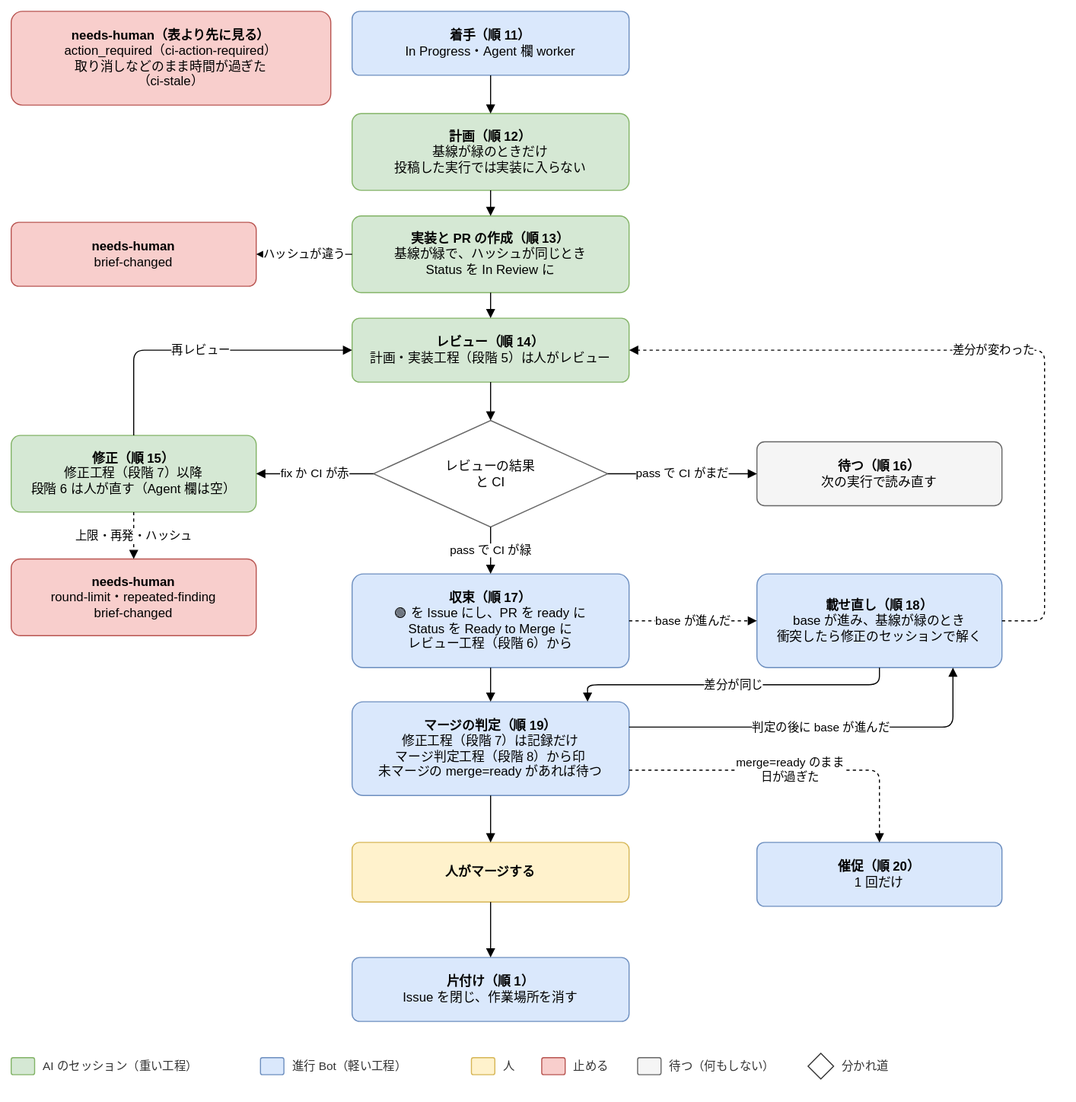
Before: docs/design/basic/diagrams/02-next-step-in-progress.drawio.svg, a diagram exported from draw.io (Joymerrevent/dev-autopilot). Source tidied: cells renumbered, new cells last; positions are measured from the earlier drawing's top-left corner, leaving out a move shared by most shapes.
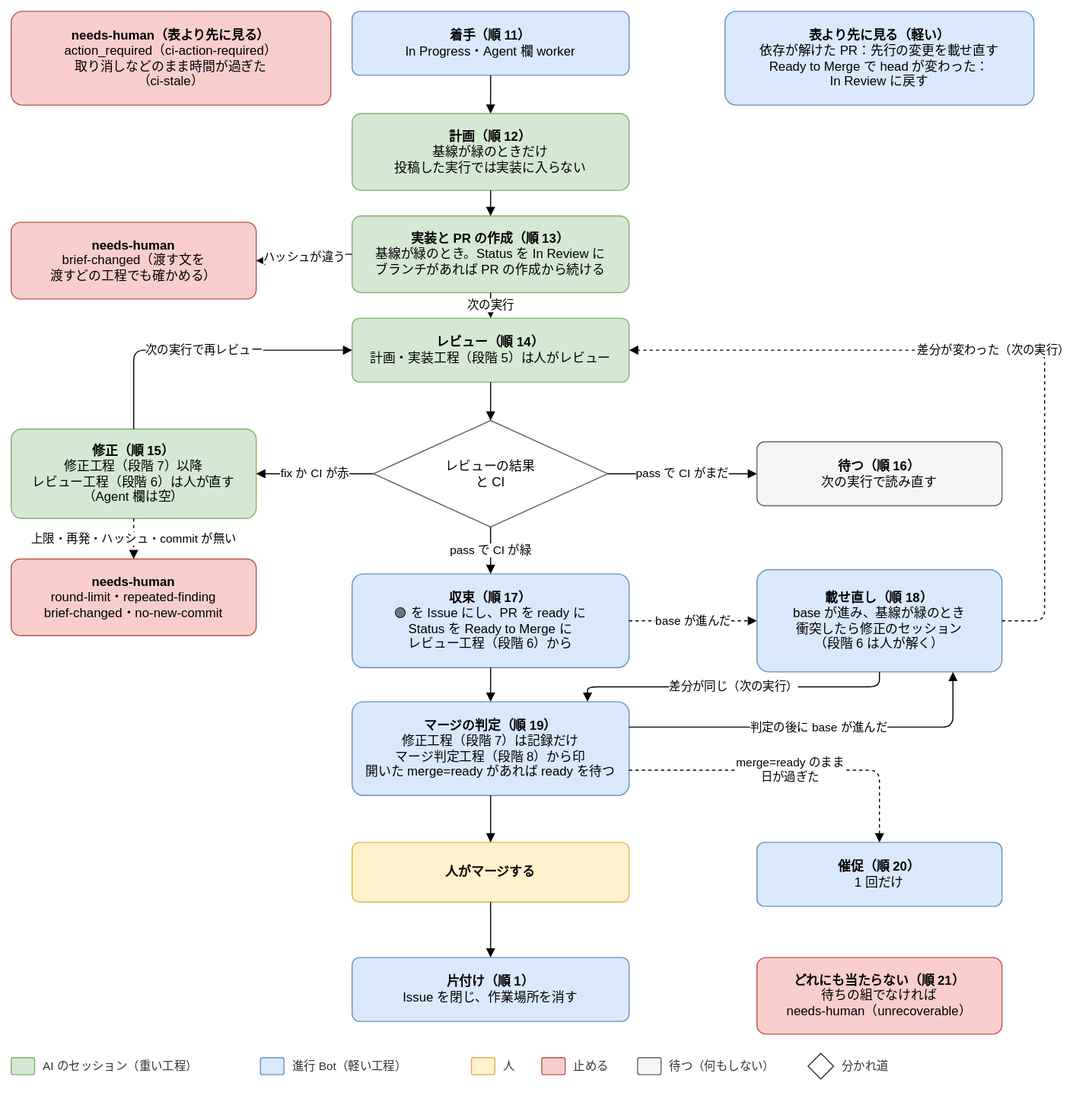
Later version of the same file.

The edit, as a diff of the source:
```diff
@@ -8,7 +8,7 @@
     <mxCell id="3" value="&lt;b&gt;計画（順 12）&lt;/b&gt;&lt;br&gt;基線が緑のときだけ&lt;br&gt;投稿した実行では実装に入らない" style="rounded=1;whiteSpace=wrap;html=1;fontSize=12;arcSize=12;spacing=12;fillColor=#d5e8d4;strokeColor=#82b366;" parent="1" vertex="1">
       <mxGeometry x="320" y="96" width="260" height="72" as="geometry" />
     </mxCell>
-    <mxCell id="4" value="&lt;b&gt;実装と PR の作成（順 13）&lt;/b&gt;&lt;br&gt;基線が緑で、ハッシュが同じとき&lt;br&gt;Status を In Review に" style="rounded=1;whiteSpace=wrap;html=1;fontSize=12;arcSize=12;spacing=12;fillColor=#d5e8d4;strokeColor=#82b366;" parent="1" vertex="1">
+    <mxCell id="4" value="&lt;b&gt;実装と PR の作成（順 13）&lt;/b&gt;&lt;br&gt;基線が緑のとき。Status を In Review に&lt;br&gt;ブランチがあれば PR の作成から続ける" style="rounded=1;whiteSpace=wrap;html=1;fontSize=12;arcSize=12;spacing=12;fillColor=#d5e8d4;strokeColor=#82b366;" parent="1" vertex="1">
       <mxGeometry x="320" y="192" width="260" height="72" as="geometry" />
     </mxCell>
     <mxCell id="5" value="&lt;b&gt;レビュー（順 14）&lt;/b&gt;&lt;br&gt;計画・実装工程（段階 5）は人がレビュー" style="rounded=1;whiteSpace=wrap;html=1;fontSize=12;arcSize=12;spacing=12;fillColor=#d5e8d4;strokeColor=#82b366;" parent="1" vertex="1">
@@ -17,10 +17,10 @@
     <mxCell id="6" value="レビューの結果&lt;br&gt;と CI" style="rhombus;whiteSpace=wrap;html=1;fontSize=12;spacing=12;fillColor=#ffffff;strokeColor=#666666;" parent="1" vertex="1">
       <mxGeometry x="340" y="384" width="220" height="100" as="geometry" />
     </mxCell>
-    <mxCell id="7" value="&lt;b&gt;修正（順 15）&lt;/b&gt;&lt;br&gt;修正工程（段階 7）以降&lt;br&gt;段階 6 は人が直す（Agent 欄は空）" style="rounded=1;whiteSpace=wrap;html=1;fontSize=12;arcSize=12;spacing=12;fillColor=#d5e8d4;strokeColor=#82b366;" parent="1" vertex="1">
-      <mxGeometry y="398" width="230" height="72" as="geometry" />
+    <mxCell id="7" value="&lt;b&gt;修正（順 15）&lt;/b&gt;&lt;br&gt;修正工程（段階 7）以降&lt;br&gt;レビュー工程（段階 6）は人が直す&lt;br&gt;（Agent 欄は空）" style="rounded=1;whiteSpace=wrap;html=1;fontSize=12;arcSize=12;spacing=12;fillColor=#d5e8d4;strokeColor=#82b366;" parent="1" vertex="1">
+      <mxGeometry y="392" width="230" height="84" as="geometry" />
     </mxCell>
-    <mxCell id="8" value="&lt;b&gt;needs-human&lt;/b&gt;&lt;br&gt;round-limit・repeated-finding&lt;br&gt;brief-changed" style="rounded=1;whiteSpace=wrap;html=1;fontSize=12;arcSize=12;spacing=12;fillColor=#f8cecc;strokeColor=#b85450;" parent="1" vertex="1">
+    <mxCell id="8" value="&lt;b&gt;needs-human&lt;/b&gt;&lt;br&gt;round-limit・repeated-finding&lt;br&gt;brief-changed・no-new-commit" style="rounded=1;whiteSpace=wrap;html=1;fontSize=12;arcSize=12;spacing=12;fillColor=#f8cecc;strokeColor=#b85450;" parent="1" vertex="1">
       <mxGeometry y="514" width="230" height="72" as="geometry" />
     </mxCell>
     <mxCell id="9" value="&lt;b&gt;待つ（順 16）&lt;/b&gt;&lt;br&gt;次の実行で読み直す" style="rounded=1;whiteSpace=wrap;html=1;fontSize=12;arcSize=12;spacing=12;fillColor=#f5f5f5;strokeColor=#666666;" parent="1" vertex="1">
@@ -29,10 +29,10 @@
     <mxCell id="10" value="&lt;b&gt;収束（順 17）&lt;/b&gt;&lt;br&gt;🟢 を Issue にし、PR を ready に&lt;br&gt;Status を Ready to Merge に&lt;br&gt;レビュー工程（段階 6）から" style="rounded=1;whiteSpace=wrap;html=1;fontSize=12;arcSize=12;spacing=12;fillColor=#dae8fc;strokeColor=#6c8ebf;" parent="1" vertex="1">
       <mxGeometry x="320" y="528" width="260" height="88" as="geometry" />
     </mxCell>
-    <mxCell id="11" value="&lt;b&gt;載せ直し（順 18）&lt;/b&gt;&lt;br&gt;base が進み、基線が緑のとき&lt;br&gt;衝突したら修正のセッションで解く" style="rounded=1;whiteSpace=wrap;html=1;fontSize=12;arcSize=12;spacing=12;fillColor=#dae8fc;strokeColor=#6c8ebf;" parent="1" vertex="1">
-      <mxGeometry x="700" y="528" width="230" height="88" as="geometry" />
+    <mxCell id="11" value="&lt;b&gt;載せ直し（順 18）&lt;/b&gt;&lt;br&gt;base が進み、基線が緑のとき&lt;br&gt;衝突したら修正のセッション&lt;br&gt;（段階 6 は人が解く）" style="rounded=1;whiteSpace=wrap;html=1;fontSize=12;arcSize=12;spacing=12;fillColor=#dae8fc;strokeColor=#6c8ebf;" parent="1" vertex="1">
+      <mxGeometry x="700" y="524" width="230" height="96" as="geometry" />
     </mxCell>
-    <mxCell id="12" value="&lt;b&gt;マージの判定（順 19）&lt;/b&gt;&lt;br&gt;修正工程（段階 7）は記録だけ&lt;br&gt;マージ判定工程（段階 8）から印&lt;br&gt;未マージの merge=ready があれば待つ" style="rounded=1;whiteSpace=wrap;html=1;fontSize=12;arcSize=12;spacing=12;fillColor=#dae8fc;strokeColor=#6c8ebf;" parent="1" vertex="1">
+    <mxCell id="12" value="&lt;b&gt;マージの判定（順 19）&lt;/b&gt;&lt;br&gt;修正工程（段階 7）は記録だけ&lt;br&gt;マージ判定工程（段階 8）から印&lt;br&gt;開いた merge=ready があれば ready を待つ" style="rounded=1;whiteSpace=wrap;html=1;fontSize=12;arcSize=12;spacing=12;fillColor=#dae8fc;strokeColor=#6c8ebf;" parent="1" vertex="1">
       <mxGeometry x="320" y="648" width="260" height="88" as="geometry" />
     </mxCell>
     <mxCell id="13" value="&lt;b&gt;人がマージする&lt;/b&gt;" style="rounded=1;whiteSpace=wrap;html=1;fontSize=12;arcSize=12;spacing=12;fillColor=#fff2cc;strokeColor=#d6b656;" parent="1" vertex="1">
@@ -50,7 +50,7 @@
     <mxCell id="17" style="edgeStyle=orthogonalEdgeStyle;rounded=1;html=1;endArrow=block;endFill=1;fontSize=11;labelBackgroundColor=#ffffff;exitX=0.5;exitY=1;exitDx=0;exitDy=0;entryX=0.5;entryY=0;entryDx=0;entryDy=0;" parent="1" edge="1" source="3" target="4">
       <mxGeometry relative="1" as="geometry" />
     </mxCell>
-    <mxCell id="18" style="edgeStyle=orthogonalEdgeStyle;rounded=1;html=1;endArrow=block;endFill=1;fontSize=11;labelBackgroundColor=#ffffff;exitX=0.5;exitY=1;exitDx=0;exitDy=0;entryX=0.5;entryY=0;entryDx=0;entryDy=0;" parent="1" edge="1" source="4" target="5">
+    <mxCell id="18" value="次の実行" style="edgeStyle=orthogonalEdgeStyle;rounded=1;html=1;endArrow=block;endFill=1;fontSize=11;labelBackgroundColor=#ffffff;exitX=0.5;exitY=1;exitDx=0;exitDy=0;entryX=0.5;entryY=0;entryDx=0;entryDy=0;" parent="1" edge="1" source="4" target="5">
       <mxGeometry relative="1" as="geometry" />
     </mxCell>
     <mxCell id="19" style="edgeStyle=orthogonalEdgeStyle;rounded=1;html=1;endArrow=block;endFill=1;fontSize=11;labelBackgroundColor=#ffffff;exitX=0.5;exitY=1;exitDx=0;exitDy=0;entryX=0.5;entryY=0;entryDx=0;entryDy=0;" parent="1" edge="1" source="5" target="6">
@@ -59,10 +59,10 @@
     <mxCell id="20" value="fix か CI が赤" style="edgeStyle=orthogonalEdgeStyle;rounded=1;html=1;endArrow=block;endFill=1;fontSize=11;labelBackgroundColor=#ffffff;exitX=0;exitY=0.5;exitDx=0;exitDy=0;entryX=1;entryY=0.5;entryDx=0;entryDy=0;" parent="1" edge="1" source="6" target="7">
       <mxGeometry relative="1" as="geometry" />
     </mxCell>
-    <mxCell id="21" value="再レビュー" style="edgeStyle=orthogonalEdgeStyle;rounded=1;html=1;endArrow=block;endFill=1;fontSize=11;labelBackgroundColor=#ffffff;exitX=0.5;exitY=0;exitDx=0;exitDy=0;entryX=0;entryY=0.5;entryDx=0;entryDy=0;" parent="1" edge="1" source="7" target="5">
+    <mxCell id="21" value="次の実行で再レビュー" style="edgeStyle=orthogonalEdgeStyle;rounded=1;html=1;endArrow=block;endFill=1;fontSize=11;labelBackgroundColor=#ffffff;exitX=0.5;exitY=0;exitDx=0;exitDy=0;entryX=0;entryY=0.5;entryDx=0;entryDy=0;" parent="1" edge="1" source="7" target="5">
       <mxGeometry relative="1" as="geometry" />
     </mxCell>
-    <mxCell id="22" value="上限・再発・ハッシュ" style="edgeStyle=orthogonalEdgeStyle;rounded=1;html=1;endArrow=block;endFill=1;fontSize=11;labelBackgroundColor=#ffffff;dashed=1;exitX=0.5;exitY=1;exitDx=0;exitDy=0;entryX=0.5;entryY=0;entryDx=0;entryDy=0;" parent="1" edge="1" source="7" target="8">
+    <mxCell id="22" value="上限・再発・ハッシュ・commit が無い" style="edgeStyle=orthogonalEdgeStyle;rounded=1;html=1;endArrow=block;endFill=1;fontSize=11;labelBackgroundColor=#ffffff;dashed=1;exitX=0.5;exitY=1;exitDx=0;exitDy=0;entryX=0.5;entryY=0;entryDx=0;entryDy=0;" parent="1" edge="1" source="7" target="8">
       <mxGeometry relative="1" as="geometry" />
     </mxCell>
     <mxCell id="23" value="pass で CI がまだ" style="edgeStyle=orthogonalEdgeStyle;rounded=1;html=1;endArrow=block;endFill=1;fontSize=11;labelBackgroundColor=#ffffff;exitX=1;exitY=0.5;exitDx=0;exitDy=0;entryX=0;entryY=0.5;entryDx=0;entryDy=0;" parent="1" edge="1" source="6" target="9">
@@ -77,10 +77,10 @@
     <mxCell id="26" value="base が進んだ" style="edgeStyle=orthogonalEdgeStyle;rounded=1;html=1;endArrow=block;endFill=1;fontSize=11;labelBackgroundColor=#ffffff;dashed=1;exitX=1;exitY=0.5;exitDx=0;exitDy=0;entryX=0;entryY=0.5;entryDx=0;entryDy=0;" parent="1" edge="1" source="10" target="11">
       <mxGeometry relative="1" as="geometry" />
     </mxCell>
-    <mxCell id="27" value="差分が同じ" style="edgeStyle=orthogonalEdgeStyle;rounded=1;html=1;endArrow=block;endFill=1;fontSize=11;labelBackgroundColor=#ffffff;exitX=0.5;exitY=1;exitDx=0;exitDy=0;entryX=0.85;entryY=0;entryDx=0;entryDy=0;" parent="1" edge="1" source="11" target="12">
+    <mxCell id="27" value="差分が同じ（次の実行）" style="edgeStyle=orthogonalEdgeStyle;rounded=1;html=1;endArrow=block;endFill=1;fontSize=11;labelBackgroundColor=#ffffff;exitX=0.5;exitY=1;exitDx=0;exitDy=0;entryX=0.85;entryY=0;entryDx=0;entryDy=0;" parent="1" edge="1" source="11" target="12">
       <mxGeometry relative="1" as="geometry" />
     </mxCell>
-    <mxCell id="28" value="差分が変わった" style="edgeStyle=orthogonalEdgeStyle;rounded=1;html=1;endArrow=block;endFill=1;fontSize=11;labelBackgroundColor=#ffffff;dashed=1;exitX=1;exitY=0.5;exitDx=0;exitDy=0;entryX=1;entryY=0.5;entryDx=0;entryDy=0;" parent="1" edge="1" source="11" target="5">
+    <mxCell id="28" value="差分が変わった（次の実行）" style="edgeStyle=orthogonalEdgeStyle;rounded=1;html=1;endArrow=block;endFill=1;fontSize=11;labelBackgroundColor=#ffffff;dashed=1;exitX=1;exitY=0.5;exitDx=0;exitDy=0;entryX=1;entryY=0.5;entryDx=0;entryDy=0;" parent="1" edge="1" source="11" target="5">
       <mxGeometry relative="1" as="geometry">
         <Array as="points">
           <mxPoint x="970" y="572" />
@@ -124,8 +124,8 @@
     <mxCell id="40" value="&lt;b&gt;needs-human（表より先に見る）&lt;/b&gt;&lt;br&gt;action_required（ci-action-required）&lt;br&gt;取り消しなどのまま時間が過ぎた&lt;br&gt;（ci-stale）" style="rounded=1;whiteSpace=wrap;html=1;fontSize=12;arcSize=12;spacing=12;fillColor=#f8cecc;strokeColor=#b85450;" parent="1" vertex="1">
       <mxGeometry width="300" height="88" as="geometry" />
     </mxCell>
-    <mxCell id="41" value="&lt;b&gt;needs-human&lt;/b&gt;&lt;br&gt;brief-changed" style="rounded=1;whiteSpace=wrap;html=1;fontSize=12;arcSize=12;spacing=12;fillColor=#f8cecc;strokeColor=#b85450;" parent="1" vertex="1">
-      <mxGeometry y="198" width="230" height="60" as="geometry" />
+    <mxCell id="41" value="&lt;b&gt;needs-human&lt;/b&gt;&lt;br&gt;brief-changed（渡す文を&lt;br&gt;渡すどの工程でも確かめる）" style="rounded=1;whiteSpace=wrap;html=1;fontSize=12;arcSize=12;spacing=12;fillColor=#f8cecc;strokeColor=#b85450;" parent="1" vertex="1">
+      <mxGeometry y="198" width="230" height="72" as="geometry" />
     </mxCell>
     <mxCell id="42" value="ハッシュが違う" style="edgeStyle=orthogonalEdgeStyle;rounded=1;html=1;endArrow=block;endFill=1;fontSize=11;labelBackgroundColor=#ffffff;exitX=0;exitY=0.5;exitDx=0;exitDy=0;entryX=1;entryY=0.5;entryDx=0;entryDy=0;" parent="1" edge="1" source="4" target="41">
       <mxGeometry relative="1" as="geometry" />
@@ -145,5 +145,11 @@
     <mxCell id="47" value="分かれ道" style="text;html=1;align=left;verticalAlign=middle;fontSize=11;fontColor=#333333;" parent="1" vertex="1">
       <mxGeometry x="778" y="980" width="60" height="20" as="geometry" />
     </mxCell>
+    <mxCell id="48" value="&lt;b&gt;表より先に見る（軽い）&lt;/b&gt;&lt;br&gt;依存が解けた PR：先行の変更を載せ直す&lt;br&gt;Ready to Merge で head が変わった：&lt;br&gt;In Review に戻す" style="rounded=1;whiteSpace=wrap;html=1;fontSize=12;arcSize=12;spacing=12;fillColor=#dae8fc;strokeColor=#6c8ebf;" parent="1" vertex="1">
+      <mxGeometry x="670" width="290" height="88" as="geometry" />
+    </mxCell>
+    <mxCell id="49" value="&lt;b&gt;どれにも当たらない（順 21）&lt;/b&gt;&lt;br&gt;待ちの組でなければ&lt;br&gt;needs-human（unrecoverable）" style="rounded=1;whiteSpace=wrap;html=1;fontSize=12;arcSize=12;spacing=12;fillColor=#f8cecc;strokeColor=#b85450;" parent="1" vertex="1">
+      <mxGeometry x="700" y="888" width="230" height="72" as="geometry" />
+    </mxCell>
   </root>
 </mxGraphModel>
```
